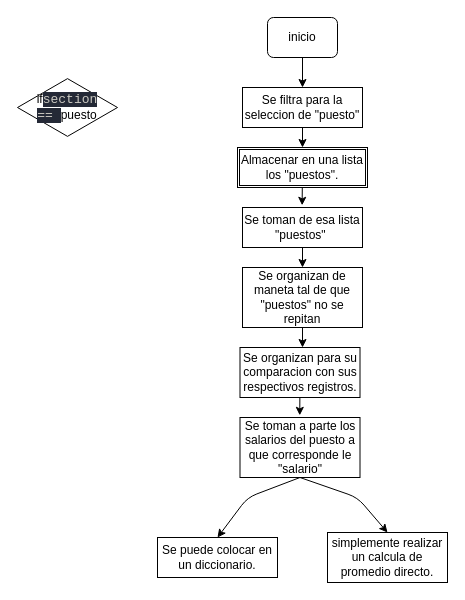
ransel07/edu keeps this draw.io diagram as page "Archivo" (3 of 3) of PY/ejercode/se8/diagrama.dio. Above is the earlier version. Source tidied: cells renumbered, new cells numbered last; positions are measured from the earlier drawing's top-left corner, leaving out a move shared by most shapes. Both pictures are drawn from the tidied source at 100%, with x=0, y=0 at pixel (17, 17).
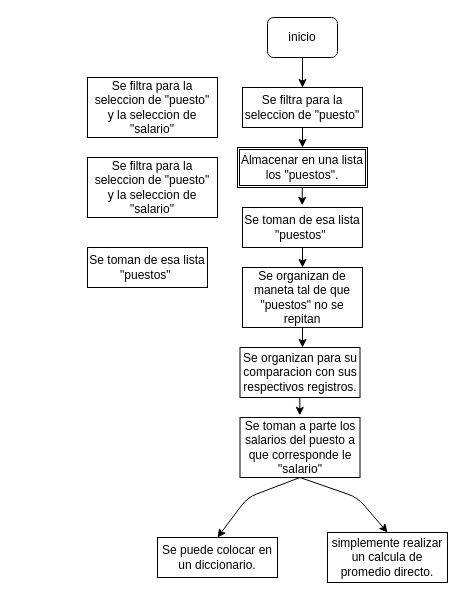
The same page after the edit.

The edit, as a diff of the source:
```diff
@@
-    <mxCell id="4" value="if&lt;span style=&quot;background-color: rgb(36 , 41 , 54) ; color: rgb(204 , 202 , 194) ; font-family: &amp;#34;consolas&amp;#34; , &amp;#34;courier new&amp;#34; , monospace ; font-size: 13px&quot;&gt;section ==&amp;nbsp;&lt;/span&gt;&lt;span&gt;puesto&lt;/span&gt;" style="html=1;whiteSpace=wrap;shape=isoRectangle;" parent="1" vertex="1">
-      <mxGeometry y="60" width="100" height="60" as="geometry" />
-    </mxCell>
@@
+    <mxCell id="20" value="Se filtra para la seleccion de &quot;puesto&quot;&lt;br&gt;y la seleccion de &quot;salario&quot;" style="rounded=0;whiteSpace=wrap;html=1;" parent="1" vertex="1">
+      <mxGeometry x="70" y="60" width="130" height="60" as="geometry" />
+    </mxCell>
+    <mxCell id="21" value="Se filtra para la seleccion de &quot;puesto&quot;&lt;br&gt;y la seleccion de &quot;salario&quot;" style="rounded=0;whiteSpace=wrap;html=1;" parent="1" vertex="1">
+      <mxGeometry x="70" y="140" width="130" height="60" as="geometry" />
+    </mxCell>
+    <mxCell id="22" value="Se toman de esa lista &quot;puestos&quot;&amp;nbsp;" style="rounded=0;whiteSpace=wrap;html=1;" parent="1" vertex="1">
+      <mxGeometry x="70" y="230" width="120" height="40" as="geometry" />
+    </mxCell>
```
